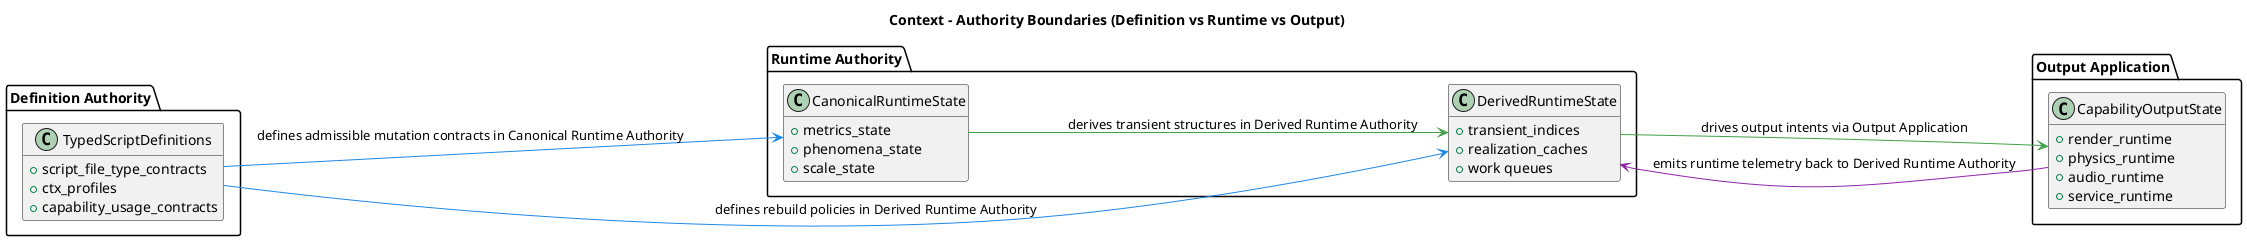
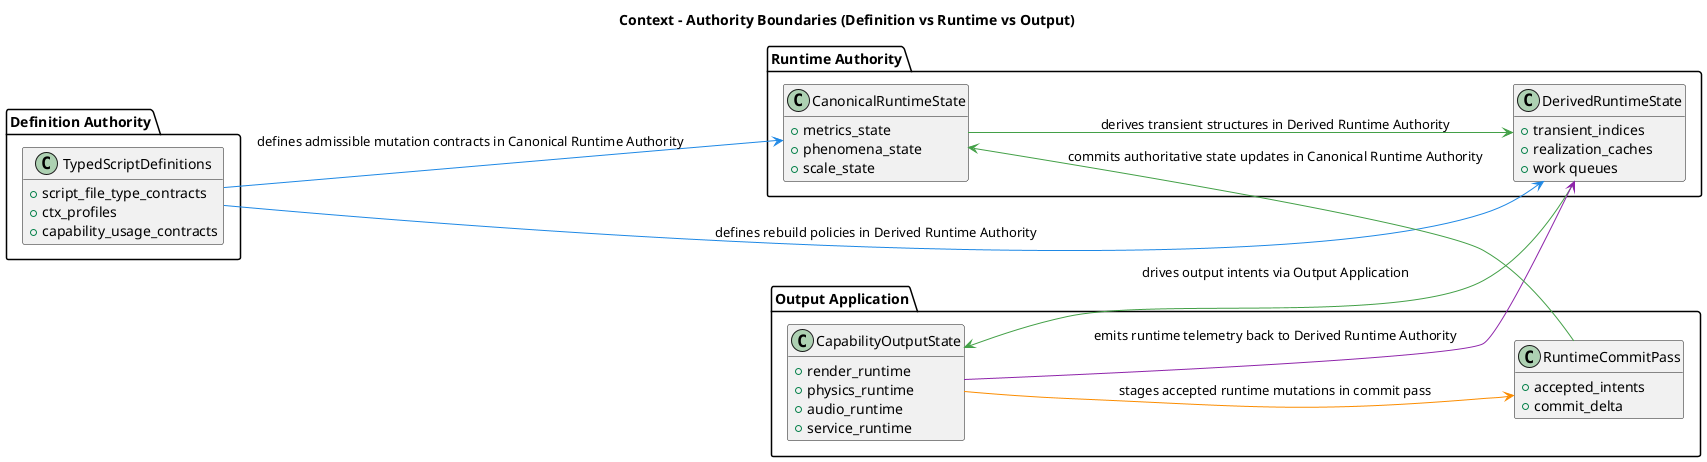
@startuml
title Context - Authority Boundaries (Definition vs Runtime vs Output)
left to right direction
hide empty members

package "Definition Authority" {
  class TypedScriptDefinitions {
    +script_file_type_contracts
    +ctx_profiles
    +capability_usage_contracts
  }
}

package "Runtime Authority" {
  class CanonicalRuntimeState {
    +metrics_state
    +phenomena_state
    +scale_state
  }

  class DerivedRuntimeState {
    +transient_indices
    +realization_caches
    +work queues
  }
}

package "Output Application" {
  class CapabilityOutputState {
    +render_runtime
    +physics_runtime
    +audio_runtime
    +service_runtime
  }
+ 
+   class RuntimeCommitPass {
+     +accepted_intents
+     +commit_delta
+   }
}

TypedScriptDefinitions -[#1E88E5]-> CanonicalRuntimeState : defines admissible mutation contracts in Canonical Runtime Authority
TypedScriptDefinitions -[#1E88E5]-> DerivedRuntimeState : defines rebuild policies in Derived Runtime Authority
CanonicalRuntimeState -[#43A047]-> DerivedRuntimeState : derives transient structures in Derived Runtime Authority
DerivedRuntimeState -[#43A047]-> CapabilityOutputState : drives output intents via Output Application
CapabilityOutputState -[#8E24AA]-> DerivedRuntimeState : emits runtime telemetry back to Derived Runtime Authority
+ CapabilityOutputState -[#FB8C00]-> RuntimeCommitPass : stages accepted runtime mutations in commit pass
+ RuntimeCommitPass -[#43A047]-> CanonicalRuntimeState : commits authoritative state updates in Canonical Runtime Authority
@enduml
